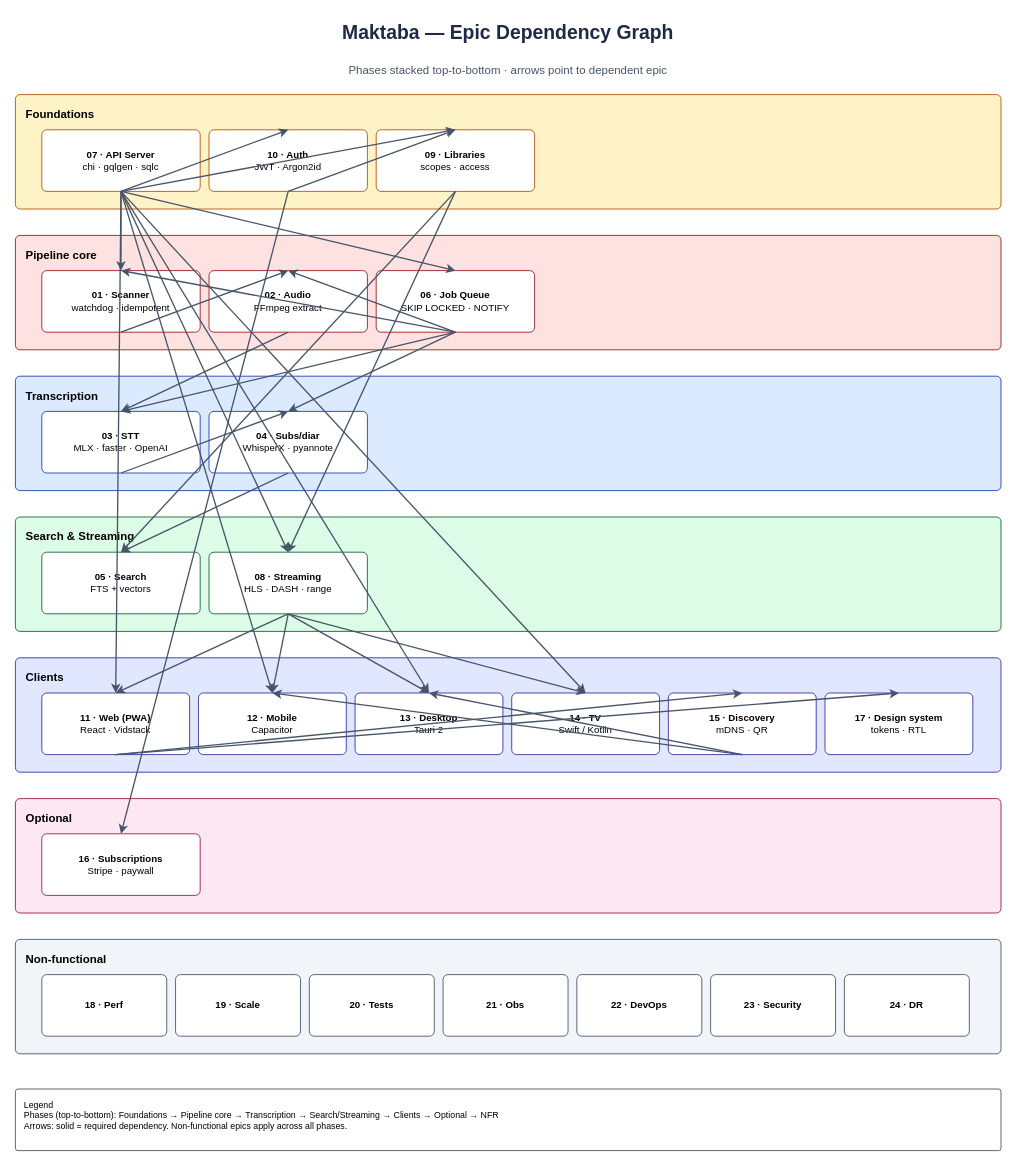
The draw.io diagram specs/diagrams/epic-dependencies.drawio in Hamza-Labs-Core/Maktaba, before the edit. Source tidied: cells renumbered, new cells numbered last; positions are measured from the earlier drawing's top-left corner, leaving out a move shared by most shapes. Both pictures are drawn from the tidied source at 88%, with x=0, y=0 at pixel (15, 15).
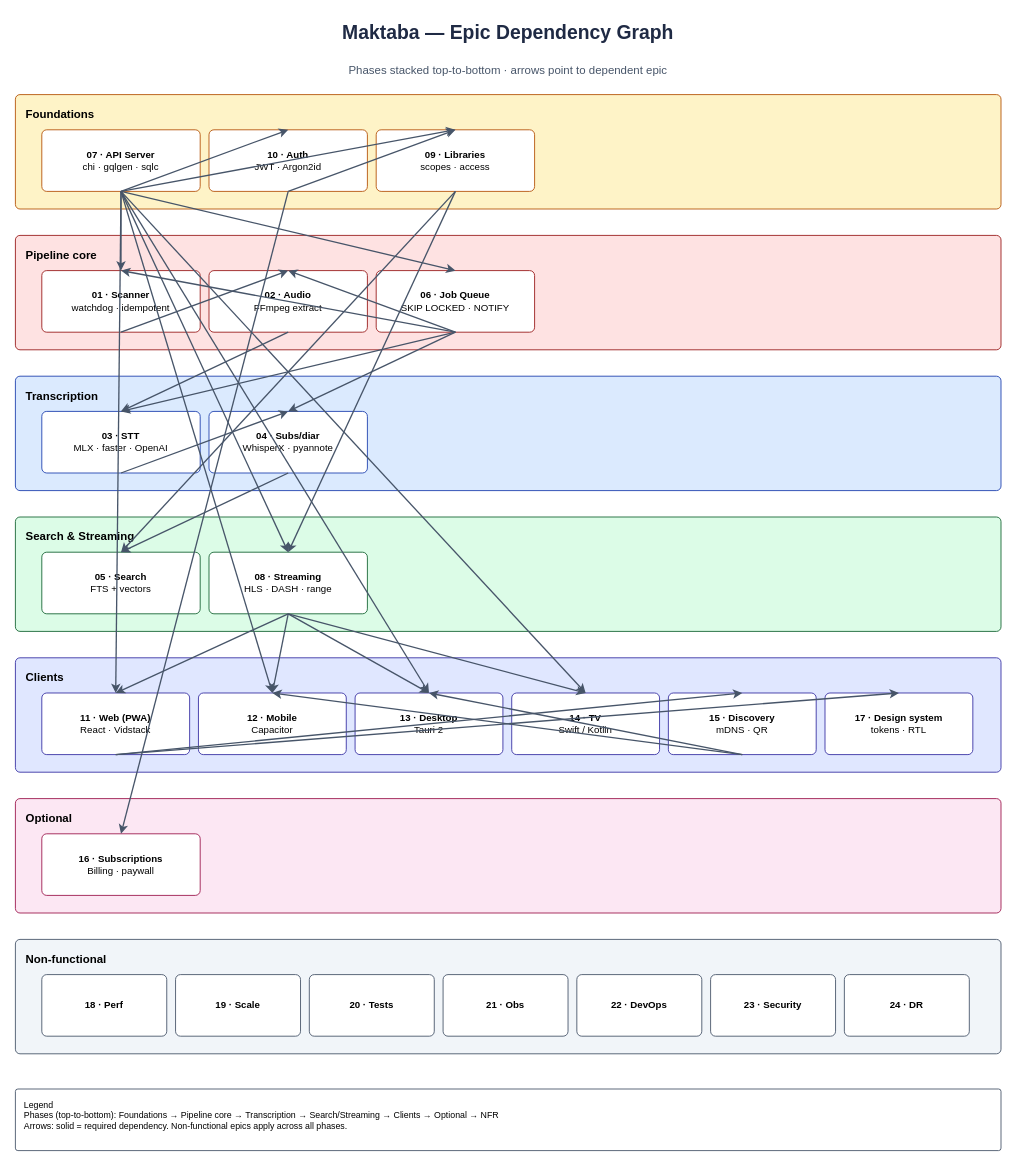
The same page after the edit.

Change to the diagram source:
```diff
@@
-    <mxCell id="26" value="&lt;b&gt;16 · Subscriptions&lt;/b&gt;&#10;Stripe · paywall" style="rounded=1;whiteSpace=wrap;html=1;fillColor=#FFFFFF;strokeColor=#9D174D;fontSize=11;align=center;arcSize=8;fontColor=#000000;" parent="1" vertex="1">
+    <mxCell id="26" value="&lt;b&gt;16 · Subscriptions&lt;/b&gt;&#10;Billing · paywall" style="rounded=1;whiteSpace=wrap;html=1;fillColor=#FFFFFF;strokeColor=#9D174D;fontSize=11;align=center;arcSize=8;fontColor=#000000;" parent="1" vertex="1">
       <mxGeometry x="30" y="930" width="180" height="70" as="geometry" />
     </mxCell>
```
